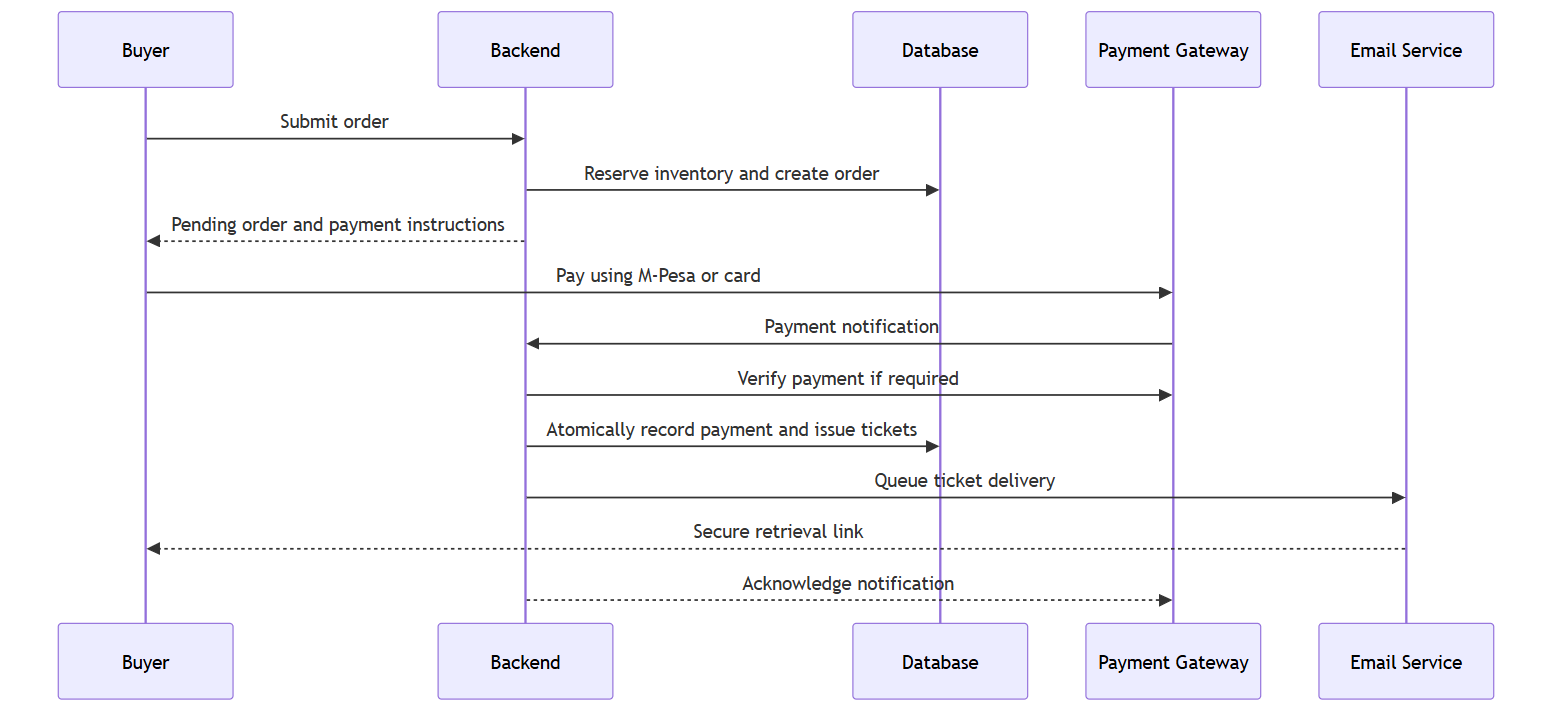
The Mermaid diagram doc/diagrams/v1/06-payment-to-ticket-sequence.png in kreativesahara/ticket, before a commit. Its source is kept beside it as doc/diagrams/v1/06-payment-to-ticket-sequence.mmd. Its diagram source:
```mermaid
sequenceDiagram
    participant Buyer
    participant Backend
    participant Database
    participant Gateway as Payment Gateway
    participant Email as Email Service

    Buyer->>Backend: Submit order
    Backend->>Database: Reserve inventory and create order
    Backend-->>Buyer: Pending order and payment instructions
    Buyer->>Gateway: Pay using M-Pesa or card
    Gateway->>Backend: Payment notification
    Backend->>Gateway: Verify payment if required
    Backend->>Database: Atomically record payment and issue tickets
    Backend->>Email: Queue ticket delivery
    Email-->>Buyer: Secure retrieval link
    Backend-->>Gateway: Acknowledge notification
```
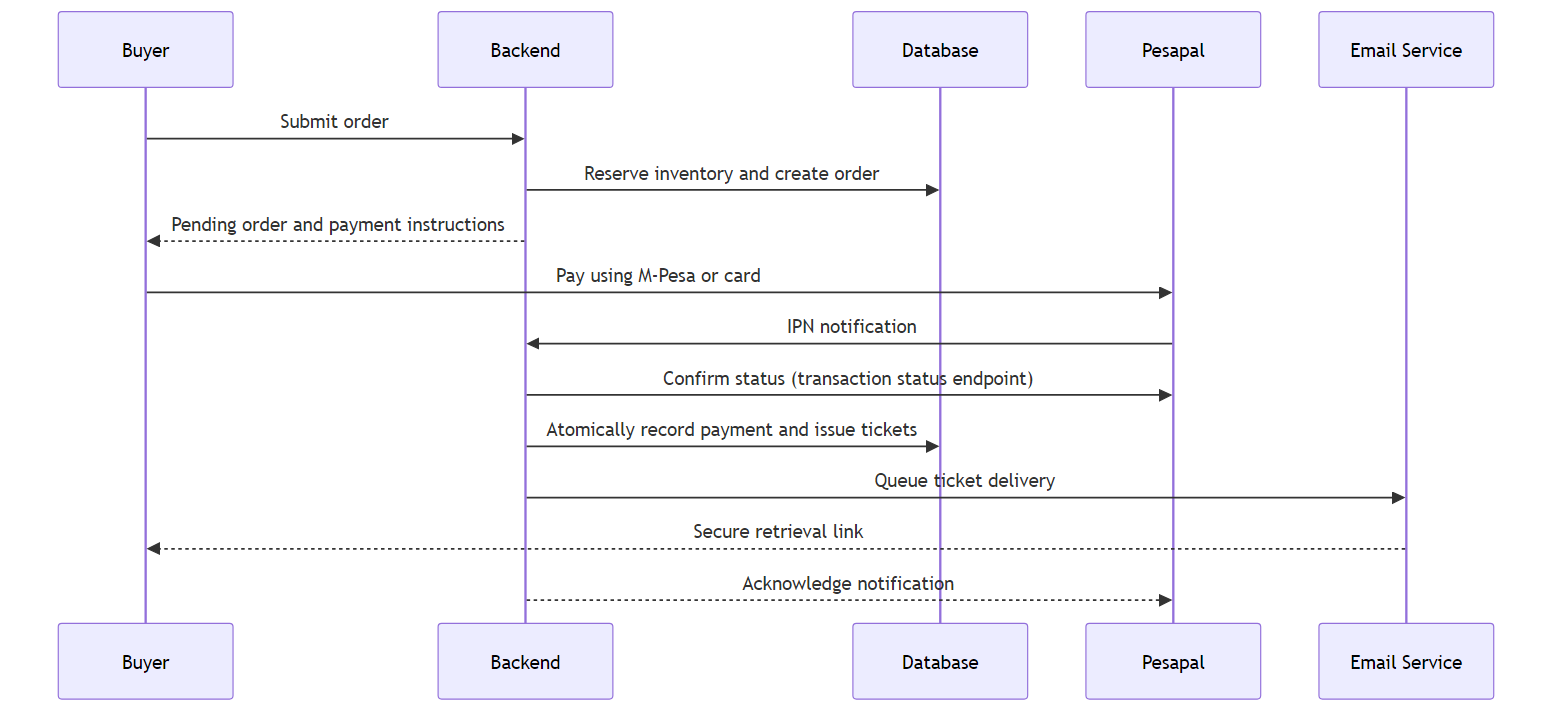
After the commit.

Diff of the diagram source:
```diff
@@ -2,15 +2,15 @@
     participant Buyer
     participant Backend
     participant Database
-    participant Gateway as Payment Gateway
+    participant Gateway as Pesapal
     participant Email as Email Service
 
     Buyer->>Backend: Submit order
     Backend->>Database: Reserve inventory and create order
     Backend-->>Buyer: Pending order and payment instructions
     Buyer->>Gateway: Pay using M-Pesa or card
-    Gateway->>Backend: Payment notification
-    Backend->>Gateway: Verify payment if required
+    Gateway->>Backend: IPN notification
+    Backend->>Gateway: Confirm status (transaction status endpoint)
     Backend->>Database: Atomically record payment and issue tickets
     Backend->>Email: Queue ticket delivery
     Email-->>Buyer: Secure retrieval link
```
